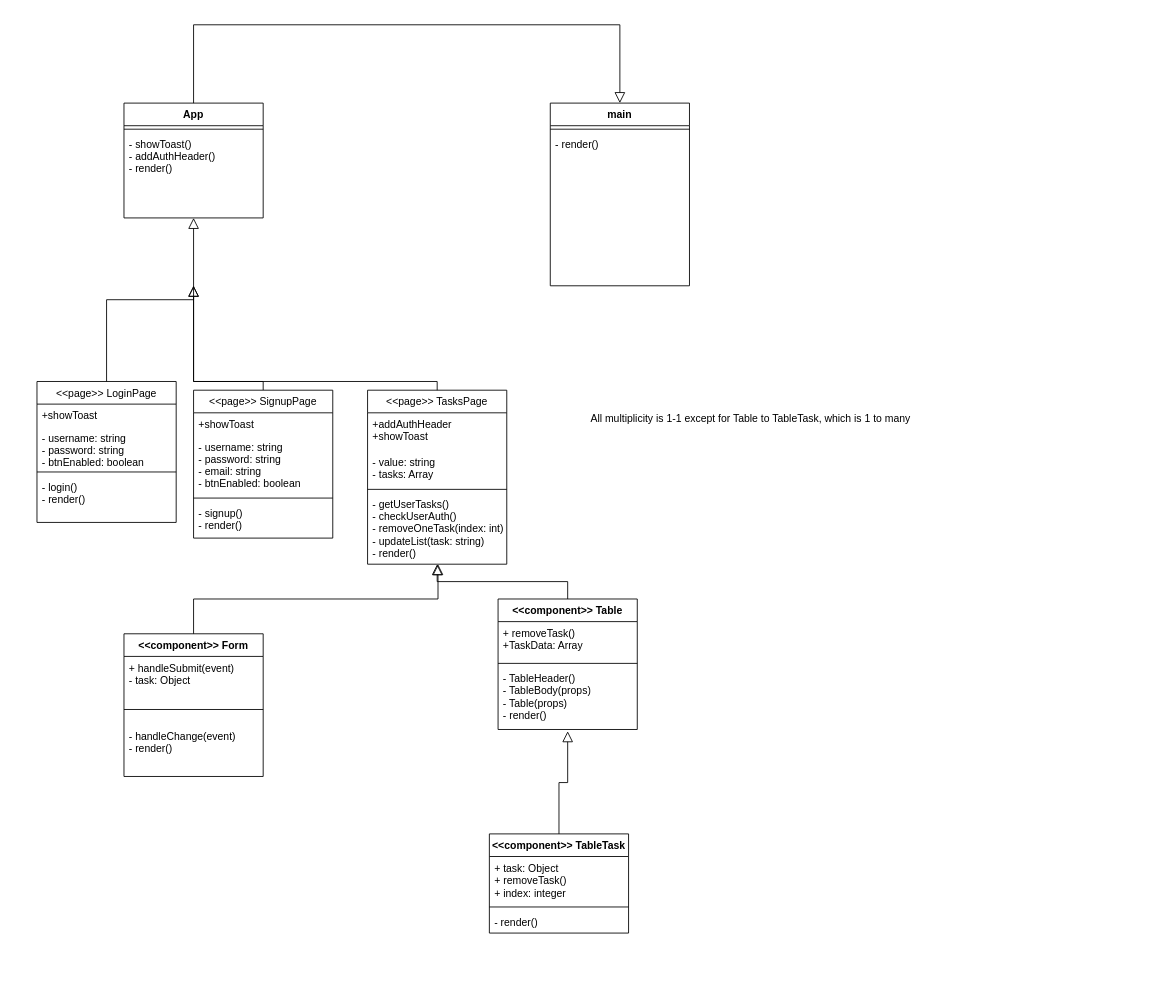
Above: TE5_new.drawio in Ryan-Ficklin/Liftoff-Sirius (draw.io), before the change. Source tidied: cells renumbered, new cells numbered last; positions are measured from the earlier drawing's top-left corner, leaving out a move shared by most shapes. Both pictures are drawn from the tidied source at 87%, with x=0, y=0 at pixel (37, 24).
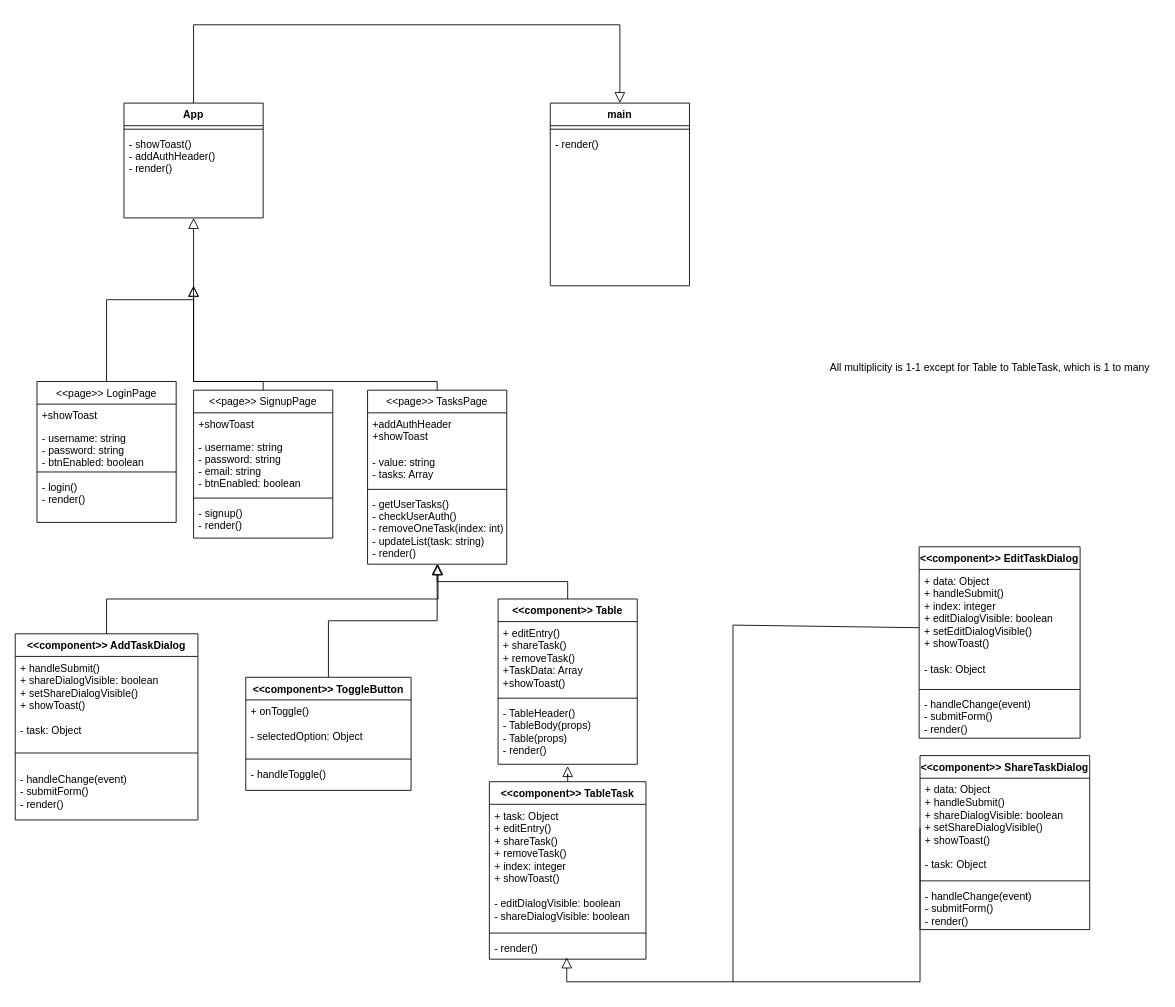
After the change.

The edit, as a diff of the source:
```diff
@@
     <mxCell id="26" value="&amp;lt;&amp;lt;component&amp;gt;&amp;gt; Table" style="swimlane;fontStyle=1;align=center;verticalAlign=top;horizontal=1;startSize=26;whiteSpace=wrap;html=1;" parent="1" vertex="1">
-      <mxGeometry x="530" y="660" width="160" height="150" as="geometry" />
+      <mxGeometry x="530" y="660" width="160" height="190" as="geometry" />
     </mxCell>
-    <mxCell id="27" value="&lt;div&gt;+ removeTask()&lt;/div&gt;&lt;div&gt;+TaskData: Array&lt;/div&gt;" style="text;strokeColor=none;fillColor=none;align=left;verticalAlign=top;spacingLeft=4;spacingRight=4;overflow=hidden;whiteSpace=wrap;html=1;" parent="26" vertex="1">
-      <mxGeometry y="26" width="160" height="44" as="geometry" />
+    <mxCell id="27" value="&lt;div&gt;+ editEntry()&lt;/div&gt;&lt;div&gt;+ shareTask()&lt;/div&gt;&lt;div&gt;+ removeTask()&lt;/div&gt;&lt;div&gt;+TaskData: Array&lt;/div&gt;&lt;div&gt;+showToast()&lt;/div&gt;" style="text;strokeColor=none;fillColor=none;align=left;verticalAlign=top;spacingLeft=4;spacingRight=4;overflow=hidden;whiteSpace=wrap;html=1;" parent="26" vertex="1">
+      <mxGeometry y="26" width="160" height="84" as="geometry" />
     </mxCell>
     <mxCell id="28" style="line;strokeWidth=1;fillColor=none;align=left;verticalAlign=middle;spacingTop=-1;spacingLeft=3;spacingRight=3;labelPosition=right;strokeColor=inherit;" parent="26" vertex="1">
-      <mxGeometry y="70" width="160" height="8" as="geometry" />
+      <mxGeometry y="110" width="160" height="8" as="geometry" />
     </mxCell>
     <mxCell id="29" value="&lt;div&gt;- TableHeader()&lt;/div&gt;&lt;div&gt;- TableBody(props)&lt;/div&gt;&lt;div&gt;- Table(props)&lt;/div&gt;&lt;div&gt;- render()&lt;/div&gt;" style="text;strokeColor=none;fillColor=none;align=left;verticalAlign=top;spacingLeft=4;spacingRight=4;overflow=hidden;points=[[0,0.5],[1,0.5]];portConstraint=eastwest;whiteSpace=wrap;html=1;" parent="26" vertex="1">
-      <mxGeometry y="78" width="160" height="72" as="geometry" />
+      <mxGeometry y="118" width="160" height="72" as="geometry" />
     </mxCell>
     <mxCell id="30" value="&amp;lt;&amp;lt;component&amp;gt;&amp;gt; TableTask" style="swimlane;fontStyle=1;align=center;verticalAlign=top;horizontal=1;startSize=26;whiteSpace=wrap;html=1;" parent="1" vertex="1">
-      <mxGeometry x="520" y="930" width="160" height="114" as="geometry" />
+      <mxGeometry x="520" y="870" width="180" height="204" as="geometry" />
     </mxCell>
-    <mxCell id="31" value="+ task: Object&lt;div&gt;+ removeTask()&lt;/div&gt;&lt;div&gt;+ index: integer&lt;/div&gt;" style="text;strokeColor=none;fillColor=none;align=left;verticalAlign=top;spacingLeft=4;spacingRight=4;overflow=hidden;whiteSpace=wrap;html=1;" parent="30" vertex="1">
-      <mxGeometry y="26" width="160" height="54" as="geometry" />
+    <mxCell id="31" value="+ task: Object&lt;div&gt;+ editEntry()&lt;/div&gt;&lt;div&gt;+ shareTask()&lt;br&gt;&lt;div&gt;+ removeTask()&lt;/div&gt;&lt;div&gt;+ index: integer&lt;/div&gt;&lt;/div&gt;&lt;div&gt;+ showToast()&lt;/div&gt;&lt;div&gt;&lt;br&gt;&lt;/div&gt;&lt;div&gt;- editDialogVisible: boolean&lt;/div&gt;&lt;div&gt;- shareDialogVisible: boolean&lt;/div&gt;" style="text;strokeColor=none;fillColor=none;align=left;verticalAlign=top;spacingLeft=4;spacingRight=4;overflow=hidden;whiteSpace=wrap;html=1;" parent="30" vertex="1">
+      <mxGeometry y="26" width="180" height="144" as="geometry" />
     </mxCell>
     <mxCell id="32" style="line;strokeWidth=1;fillColor=none;align=left;verticalAlign=middle;spacingTop=-1;spacingLeft=3;spacingRight=3;labelPosition=right;strokeColor=inherit;" parent="30" vertex="1">
-      <mxGeometry y="80" width="160" height="8" as="geometry" />
+      <mxGeometry y="170" width="180" height="8" as="geometry" />
     </mxCell>
     <mxCell id="33" value="- render()" style="text;strokeColor=none;fillColor=none;align=left;verticalAlign=top;spacingLeft=4;spacingRight=4;overflow=hidden;points=[[0,0.5],[1,0.5]];portConstraint=eastwest;whiteSpace=wrap;html=1;" parent="30" vertex="1">
-      <mxGeometry y="88" width="160" height="26" as="geometry" />
+      <mxGeometry y="178" width="180" height="26" as="geometry" />
     </mxCell>
-    <mxCell id="34" value="&amp;lt;&amp;lt;component&amp;gt;&amp;gt; Form" style="swimlane;fontStyle=1;align=center;verticalAlign=top;horizontal=1;startSize=26;whiteSpace=wrap;html=1;" parent="1" vertex="1">
-      <mxGeometry x="100" y="700" width="160" height="164" as="geometry" />
+    <mxCell id="34" value="&amp;lt;&amp;lt;component&amp;gt;&amp;gt; AddTaskDialog" style="swimlane;fontStyle=1;align=center;verticalAlign=top;horizontal=1;startSize=26;whiteSpace=wrap;html=1;" parent="1" vertex="1">
+      <mxGeometry x="-25" y="700" width="210" height="214" as="geometry" />
     </mxCell>
-    <mxCell id="35" value="&lt;div&gt;+ handleSubmit(event)&lt;/div&gt;&lt;div&gt;- task: Object&lt;/div&gt;" style="text;strokeColor=none;fillColor=none;align=left;verticalAlign=top;spacingLeft=4;spacingRight=4;overflow=hidden;whiteSpace=wrap;html=1;" parent="34" vertex="1">
-      <mxGeometry y="26" width="160" height="44" as="geometry" />
+    <mxCell id="35" value="&lt;div&gt;+ handleSubmit()&lt;/div&gt;&lt;div&gt;&lt;span style=&quot;background-color: initial;&quot;&gt;+ shareDialogVisible: boolean&lt;/span&gt;&lt;/div&gt;&lt;div&gt;+ setShareDialogVisible()&lt;/div&gt;&lt;div&gt;+ showToast()&lt;/div&gt;&lt;div&gt;&lt;br&gt;&lt;/div&gt;&lt;div&gt;&lt;span style=&quot;background-color: initial;&quot;&gt;- task: Object&lt;/span&gt;&lt;/div&gt;" style="text;strokeColor=none;fillColor=none;align=left;verticalAlign=top;spacingLeft=4;spacingRight=4;overflow=hidden;whiteSpace=wrap;html=1;" parent="34" vertex="1">
+      <mxGeometry y="26" width="210" height="94" as="geometry" />
     </mxCell>
     <mxCell id="36" style="line;strokeWidth=1;fillColor=none;align=left;verticalAlign=middle;spacingTop=-1;spacingLeft=3;spacingRight=3;labelPosition=right;strokeColor=inherit;" parent="34" vertex="1">
-      <mxGeometry y="70" width="160" height="34" as="geometry" />
+      <mxGeometry y="120" width="210" height="34" as="geometry" />
     </mxCell>
-    <mxCell id="37" value="&lt;div&gt;- handleChange(event)&lt;/div&gt;&lt;div&gt;- render()&lt;/div&gt;" style="text;strokeColor=none;fillColor=none;align=left;verticalAlign=top;spacingLeft=4;spacingRight=4;overflow=hidden;whiteSpace=wrap;html=1;" parent="34" vertex="1">
-      <mxGeometry y="104" width="160" height="60" as="geometry" />
+    <mxCell id="37" value="&lt;div&gt;- handleChange(event)&lt;/div&gt;&lt;div&gt;- submitForm()&lt;/div&gt;&lt;div&gt;- render()&lt;/div&gt;" style="text;strokeColor=none;fillColor=none;align=left;verticalAlign=top;spacingLeft=4;spacingRight=4;overflow=hidden;whiteSpace=wrap;html=1;" parent="34" vertex="1">
+      <mxGeometry y="154" width="210" height="60" as="geometry" />
     </mxCell>
@@
     <mxCell id="42" value="All multiplicity is 1-1 except for Table to TableTask, which is 1 to many" style="text;html=1;align=center;verticalAlign=middle;strokeColor=none;fillColor=none;" parent="1" vertex="1">
-      <mxGeometry x="625" y="438" width="390" height="30" as="geometry" />
+      <mxGeometry x="900" y="380" width="390" height="30" as="geometry" />
     </mxCell>
+    <mxCell id="43" value="&amp;lt;&amp;lt;component&amp;gt;&amp;gt; ShareTaskDialog" style="swimlane;fontStyle=1;align=center;verticalAlign=top;horizontal=1;startSize=26;whiteSpace=wrap;html=1;" parent="1" vertex="1">
+      <mxGeometry x="1015" y="840" width="195" height="200" as="geometry" />
+    </mxCell>
+    <mxCell id="44" value="+ data: Object&lt;div&gt;+ handleSubmit()&lt;/div&gt;&lt;div&gt;&lt;span style=&quot;background-color: initial;&quot;&gt;+ shareDialogVisible: boolean&lt;/span&gt;&lt;/div&gt;&lt;div&gt;+ setShareDialogVisible()&lt;/div&gt;&lt;div&gt;+ showToast()&lt;/div&gt;&lt;div&gt;&lt;br&gt;&lt;/div&gt;&lt;div&gt;- task: Object&lt;/div&gt;" style="text;strokeColor=none;fillColor=none;align=left;verticalAlign=top;spacingLeft=4;spacingRight=4;overflow=hidden;points=[[0,0.5],[1,0.5]];portConstraint=eastwest;whiteSpace=wrap;html=1;" parent="43" vertex="1">
+      <mxGeometry y="26" width="195" height="114" as="geometry" />
+    </mxCell>
+    <mxCell id="45" style="line;strokeWidth=1;fillColor=none;align=left;verticalAlign=middle;spacingTop=-1;spacingLeft=3;spacingRight=3;labelPosition=right;strokeColor=inherit;" parent="43" vertex="1">
+      <mxGeometry y="140" width="195" height="8" as="geometry" />
+    </mxCell>
+    <mxCell id="46" value="&lt;div&gt;- handleChange(event)&lt;/div&gt;&lt;div&gt;- submitForm()&lt;/div&gt;&lt;div&gt;&lt;span style=&quot;background-color: initial;&quot;&gt;- render()&lt;/span&gt;&lt;/div&gt;" style="text;strokeColor=none;fillColor=none;align=left;verticalAlign=top;spacingLeft=4;spacingRight=4;overflow=hidden;whiteSpace=wrap;html=1;" parent="43" vertex="1">
+      <mxGeometry y="148" width="195" height="52" as="geometry" />
+    </mxCell>
+    <mxCell id="47" style="endArrow=block;endSize=10;endFill=0;shadow=0;strokeWidth=1;rounded=0;curved=0;edgeStyle=elbowEdgeStyle;elbow=vertical;exitX=0;exitY=0.5;exitDx=0;exitDy=0;entryX=0.494;entryY=0.923;entryDx=0;entryDy=0;entryPerimeter=0;" parent="1" edge="1" source="44" target="33">
+      <mxGeometry relative="1" as="geometry">
+        <Array as="points">
+          <mxPoint x="810" y="1100" />
+        </Array>
+      </mxGeometry>
+    </mxCell>
+    <mxCell id="48" value="&amp;lt;&amp;lt;component&amp;gt;&amp;gt; EditTaskDialog" style="swimlane;fontStyle=1;align=center;verticalAlign=top;horizontal=1;startSize=26;whiteSpace=wrap;html=1;" parent="1" vertex="1">
+      <mxGeometry x="1014" y="600" width="185" height="220" as="geometry" />
+    </mxCell>
+    <mxCell id="49" value="+ data: Object&lt;div&gt;+ handleSubmit()&lt;/div&gt;&lt;div&gt;&lt;span style=&quot;background-color: initial;&quot;&gt;+ index: integer&lt;/span&gt;&lt;/div&gt;&lt;div&gt;&lt;span style=&quot;background-color: initial;&quot;&gt;+ editDialogVisible: boolean&lt;/span&gt;&lt;/div&gt;&lt;div&gt;+ setEditDialogVisible()&lt;/div&gt;&lt;div&gt;+ showToast()&lt;/div&gt;&lt;div&gt;&lt;br&gt;&lt;/div&gt;&lt;div&gt;- task: Object&lt;/div&gt;" style="text;strokeColor=none;fillColor=none;align=left;verticalAlign=top;spacingLeft=4;spacingRight=4;overflow=hidden;points=[[0,0.5],[1,0.5]];portConstraint=eastwest;whiteSpace=wrap;html=1;" parent="48" vertex="1">
+      <mxGeometry y="26" width="185" height="134" as="geometry" />
+    </mxCell>
+    <mxCell id="50" style="line;strokeWidth=1;fillColor=none;align=left;verticalAlign=middle;spacingTop=-1;spacingLeft=3;spacingRight=3;labelPosition=right;strokeColor=inherit;" parent="48" vertex="1">
+      <mxGeometry y="160" width="185" height="8" as="geometry" />
+    </mxCell>
+    <mxCell id="51" value="&lt;div&gt;- handleChange(event)&lt;/div&gt;&lt;div&gt;- submitForm()&lt;/div&gt;&lt;div&gt;&lt;span style=&quot;background-color: initial;&quot;&gt;- render()&lt;/span&gt;&lt;/div&gt;" style="text;strokeColor=none;fillColor=none;align=left;verticalAlign=top;spacingLeft=4;spacingRight=4;overflow=hidden;whiteSpace=wrap;html=1;" parent="48" vertex="1">
+      <mxGeometry y="168" width="185" height="52" as="geometry" />
+    </mxCell>
+    <mxCell id="52" style="endArrow=none;html=1;rounded=0;entryX=0;entryY=0.5;entryDx=0;entryDy=0;" parent="1" edge="1" target="49">
+      <mxGeometry relative="1" as="geometry">
+        <mxPoint x="800" y="1100" as="sourcePoint" />
+        <Array as="points">
+          <mxPoint x="800" y="690" />
+        </Array>
+      </mxGeometry>
+    </mxCell>
+    <mxCell id="53" value="&amp;lt;&amp;lt;component&amp;gt;&amp;gt; ToggleButton" style="swimlane;fontStyle=1;align=center;verticalAlign=top;horizontal=1;startSize=26;whiteSpace=wrap;html=1;" parent="1" vertex="1">
+      <mxGeometry x="240" y="750" width="190" height="130" as="geometry" />
+    </mxCell>
+    <mxCell id="54" value="&lt;div&gt;+ onToggle()&lt;/div&gt;&lt;div&gt;&lt;br&gt;&lt;/div&gt;&lt;div&gt;- selectedOption: Object&lt;/div&gt;" style="text;strokeColor=none;fillColor=none;align=left;verticalAlign=top;spacingLeft=4;spacingRight=4;overflow=hidden;whiteSpace=wrap;html=1;" parent="53" vertex="1">
+      <mxGeometry y="26" width="190" height="64" as="geometry" />
+    </mxCell>
+    <mxCell id="55" style="line;strokeWidth=1;fillColor=none;align=left;verticalAlign=middle;spacingTop=-1;spacingLeft=3;spacingRight=3;labelPosition=right;strokeColor=inherit;" parent="53" vertex="1">
+      <mxGeometry y="90" width="190" height="8" as="geometry" />
+    </mxCell>
+    <mxCell id="56" value="- handleToggle()" style="text;strokeColor=none;fillColor=none;align=left;verticalAlign=top;spacingLeft=4;spacingRight=4;overflow=hidden;whiteSpace=wrap;html=1;" parent="53" vertex="1">
+      <mxGeometry y="98" width="190" height="32" as="geometry" />
+    </mxCell>
+    <mxCell id="57" style="endArrow=block;endSize=10;endFill=0;shadow=0;strokeWidth=1;rounded=0;curved=0;edgeStyle=elbowEdgeStyle;elbow=vertical;exitX=0.5;exitY=0;exitDx=0;exitDy=0;" parent="1" edge="1" source="53">
+      <mxGeometry relative="1" as="geometry">
+        <mxPoint x="460" y="620" as="targetPoint" />
+      </mxGeometry>
+    </mxCell>
```
